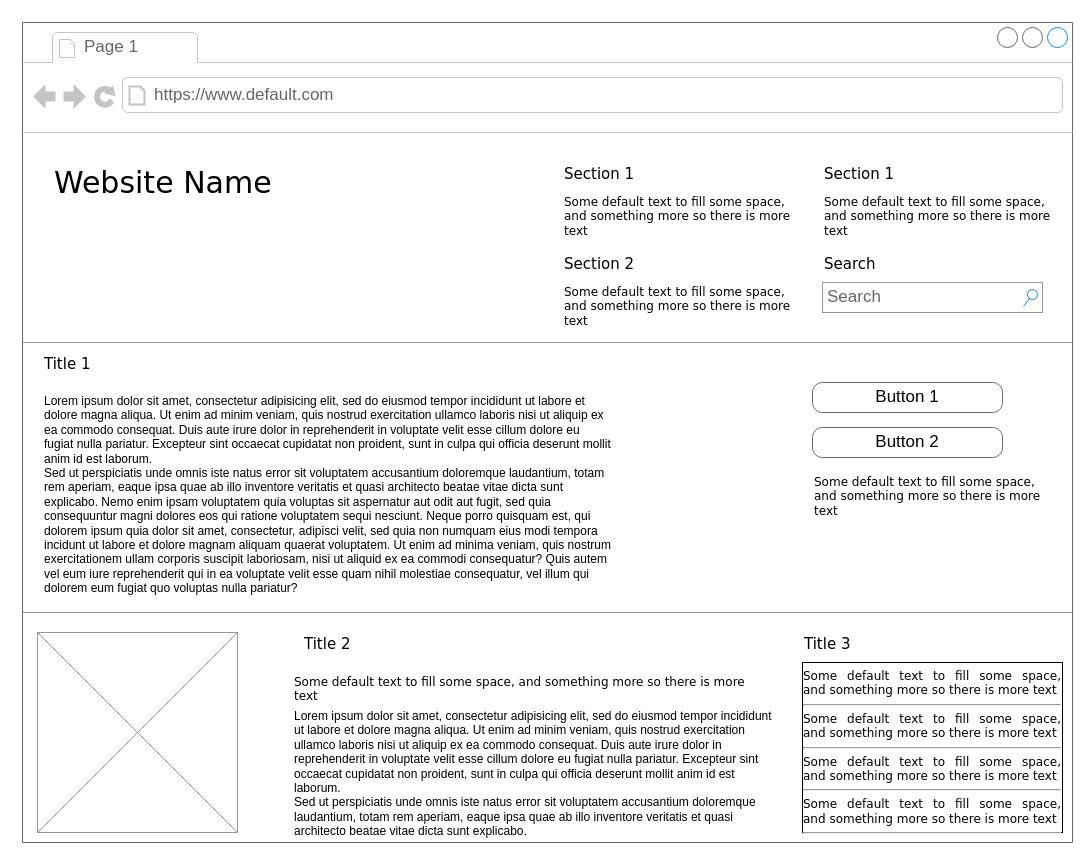
The draw.io diagram wireframing.drawio in chae1n/Juvayome-Cucina, before the edit. Source tidied: cells renumbered, new cells numbered last; positions are measured from the earlier drawing's top-left corner, leaving out a move shared by most shapes. Both pictures are drawn from the tidied source at 100%, with x=0, y=0 at pixel (22, 22).
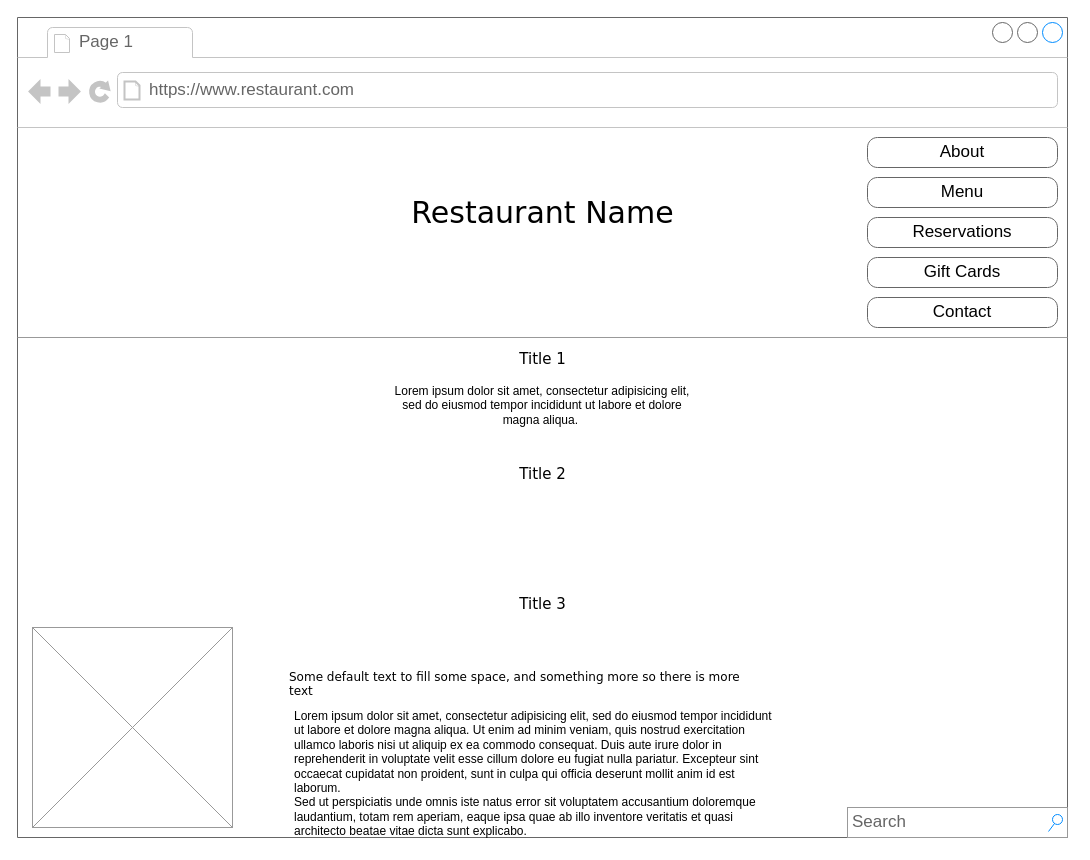
After the change.

Change to the diagram source:
```diff
@@
     <mxCell id="2" style="strokeWidth=1;shadow=0;dashed=0;align=center;html=1;shape=mxgraph.mockup.containers.browserWindow;rSize=0;strokeColor=#666666;mainText=,;rounded=0;labelBackgroundColor=none;fontFamily=Verdana;fontSize=12;" parent="1" vertex="1">
-      <mxGeometry width="1050" height="820" as="geometry" />
+      <mxGeometry x="-5" y="-5" width="1050" height="820" as="geometry" />
     </mxCell>
@@
-    <mxCell id="4" value="https://www.default.com" style="strokeWidth=1;shadow=0;dashed=0;align=center;html=1;shape=mxgraph.mockup.containers.anchor;rSize=0;fontSize=17;fontColor=#666666;align=left;" parent="2" vertex="1">
+    <mxCell id="4" value="https://www.restaurant.com" style="strokeWidth=1;shadow=0;dashed=0;align=center;html=1;shape=mxgraph.mockup.containers.anchor;rSize=0;fontSize=17;fontColor=#666666;align=left;" parent="2" vertex="1">
       <mxGeometry x="130" y="60" width="250" height="26" as="geometry" />
     </mxCell>
-    <mxCell id="5" value="Website Name" style="text;html=1;align=left;verticalAlign=top;spacingTop=-4;fontSize=30;fontFamily=Verdana;" parent="2" vertex="1">
-      <mxGeometry x="30" y="140" width="340" height="50" as="geometry" />
+    <mxCell id="5" value="Restaurant Name" style="text;html=1;align=center;verticalAlign=top;spacingTop=-4;fontSize=30;fontFamily=Verdana;" parent="2" vertex="1">
+      <mxGeometry x="355" y="175" width="340" height="50" as="geometry" />
     </mxCell>
-    <mxCell id="6" value="Section 1" style="text;html=1;align=left;verticalAlign=top;spacingTop=-4;fontSize=15;fontFamily=Verdana;" parent="2" vertex="1">
-      <mxGeometry x="540" y="140" width="170" height="30" as="geometry" />
-    </mxCell>
-    <mxCell id="7" value="Some default text to fill some space, and&amp;nbsp;&lt;span&gt;something more so there is more text&lt;/span&gt;" style="text;html=1;align=left;verticalAlign=top;spacingTop=-4;fontSize=12;fontFamily=Verdana;whiteSpace=wrap;" parent="2" vertex="1">
-      <mxGeometry x="540" y="170" width="240" height="40" as="geometry" />
-    </mxCell>
-    <mxCell id="8" value="Section 2" style="text;html=1;align=left;verticalAlign=top;spacingTop=-4;fontSize=15;fontFamily=Verdana;" parent="2" vertex="1">
-      <mxGeometry x="540" y="230" width="170" height="30" as="geometry" />
-    </mxCell>
-    <mxCell id="9" value="Some default text to fill some space, and&amp;nbsp;&lt;span&gt;something more so there is more text&lt;/span&gt;" style="text;html=1;align=left;verticalAlign=top;spacingTop=-4;fontSize=12;fontFamily=Verdana;whiteSpace=wrap;" parent="2" vertex="1">
-      <mxGeometry x="540" y="260" width="240" height="40" as="geometry" />
-    </mxCell>
-    <mxCell id="10" value="Section 1" style="text;html=1;align=left;verticalAlign=top;spacingTop=-4;fontSize=15;fontFamily=Verdana;" parent="2" vertex="1">
-      <mxGeometry x="800" y="140" width="170" height="30" as="geometry" />
-    </mxCell>
-    <mxCell id="11" value="Some default text to fill some space, and&amp;nbsp;&lt;span&gt;something more so there is more text&lt;/span&gt;" style="text;html=1;align=left;verticalAlign=top;spacingTop=-4;fontSize=12;fontFamily=Verdana;whiteSpace=wrap;" parent="2" vertex="1">
-      <mxGeometry x="800" y="170" width="240" height="40" as="geometry" />
-    </mxCell>
-    <mxCell id="12" value="Search" style="text;html=1;align=left;verticalAlign=top;spacingTop=-4;fontSize=15;fontFamily=Verdana;" parent="2" vertex="1">
-      <mxGeometry x="800" y="230" width="170" height="30" as="geometry" />
-    </mxCell>
     <mxCell id="13" value="Search" style="strokeWidth=1;shadow=0;dashed=0;align=center;html=1;shape=mxgraph.mockup.forms.searchBox;strokeColor=#999999;mainText=;strokeColor2=#008cff;fontColor=#666666;fontSize=17;align=left;spacingLeft=3;rounded=0;labelBackgroundColor=none;" parent="2" vertex="1">
-      <mxGeometry x="800" y="260" width="220" height="30" as="geometry" />
+      <mxGeometry x="830" y="790" width="220" height="30" as="geometry" />
     </mxCell>
@@
-    <mxCell id="15" value="Title 1" style="text;html=1;align=left;verticalAlign=top;spacingTop=-4;fontSize=15;fontFamily=Verdana;" parent="2" vertex="1">
-      <mxGeometry x="20" y="330" width="170" height="30" as="geometry" />
+    <mxCell id="15" value="Title 1" style="text;html=1;align=center;verticalAlign=top;spacingTop=-4;fontSize=15;fontFamily=Verdana;" parent="2" vertex="1">
+      <mxGeometry x="440" y="330" width="170" height="30" as="geometry" />
     </mxCell>
-    <mxCell id="16" value="Lorem ipsum dolor sit amet, consectetur adipisicing elit, sed do eiusmod tempor incididunt ut labore et dolore magna aliqua. Ut enim ad minim veniam, quis nostrud exercitation ullamco laboris nisi ut aliquip ex ea commodo consequat. Duis aute irure dolor in reprehenderit in voluptate velit esse cillum dolore eu fugiat nulla pariatur. Excepteur sint occaecat cupidatat non proident, sunt in culpa qui officia deserunt mollit anim id est laborum.&#10;Sed ut perspiciatis unde omnis iste natus error sit voluptatem accusantium doloremque laudantium, totam rem aperiam, eaque ipsa quae ab illo inventore veritatis et quasi architecto beatae vitae dicta sunt explicabo. Nemo enim ipsam voluptatem quia voluptas sit aspernatur aut odit aut fugit, sed quia consequuntur magni dolores eos qui ratione voluptatem sequi nesciunt. Neque porro quisquam est, qui dolorem ipsum quia dolor sit amet, consectetur, adipisci velit, sed quia non numquam eius modi tempora incidunt ut labore et dolore magnam aliquam quaerat voluptatem. Ut enim ad minima veniam, quis nostrum exercitationem ullam corporis suscipit laboriosam, nisi ut aliquid ex ea commodi consequatur? Quis autem vel eum iure reprehenderit qui in ea voluptate velit esse quam nihil molestiae consequatur, vel illum qui dolorem eum fugiat quo voluptas nulla pariatur?" style="text;spacingTop=-5;whiteSpace=wrap;html=1;align=left;fontSize=12;fontFamily=Helvetica;fillColor=none;strokeColor=none;rounded=0;shadow=1;labelBackgroundColor=none;" parent="2" vertex="1">
-      <mxGeometry x="20" y="370" width="570" height="240" as="geometry" />
+    <mxCell id="16" value="Lorem ipsum dolor sit amet, consectetur adipisicing elit, sed do eiusmod tempor incididunt ut labore et dolore magna aliqua.&amp;nbsp;" style="text;spacingTop=-5;whiteSpace=wrap;html=1;align=center;fontSize=12;fontFamily=Helvetica;fillColor=none;strokeColor=none;rounded=0;shadow=1;labelBackgroundColor=none;" parent="2" vertex="1">
+      <mxGeometry x="370" y="365" width="310" height="120" as="geometry" />
     </mxCell>
-    <mxCell id="17" value="Button 1" style="strokeWidth=1;shadow=0;dashed=0;align=center;html=1;shape=mxgraph.mockup.buttons.button;strokeColor=#666666;mainText=;buttonStyle=round;fontSize=17;fontStyle=0;fillColor=none;whiteSpace=wrap;rounded=0;labelBackgroundColor=none;" parent="2" vertex="1">
-      <mxGeometry x="790" y="360" width="190" height="30" as="geometry" />
+    <mxCell id="17" value="About" style="strokeWidth=1;shadow=0;dashed=0;align=center;html=1;shape=mxgraph.mockup.buttons.button;strokeColor=#666666;mainText=;buttonStyle=round;fontSize=17;fontStyle=0;fillColor=none;whiteSpace=wrap;rounded=0;labelBackgroundColor=none;" parent="2" vertex="1">
+      <mxGeometry x="850" y="120" width="190" height="30" as="geometry" />
     </mxCell>
-    <mxCell id="18" value="Button 2" style="strokeWidth=1;shadow=0;dashed=0;align=center;html=1;shape=mxgraph.mockup.buttons.button;strokeColor=#666666;mainText=;buttonStyle=round;fontSize=17;fontStyle=0;fillColor=none;whiteSpace=wrap;rounded=0;labelBackgroundColor=none;" parent="2" vertex="1">
-      <mxGeometry x="790" y="405" width="190" height="30" as="geometry" />
+    <mxCell id="18" value="Menu" style="strokeWidth=1;shadow=0;dashed=0;align=center;html=1;shape=mxgraph.mockup.buttons.button;strokeColor=#666666;mainText=;buttonStyle=round;fontSize=17;fontStyle=0;fillColor=none;whiteSpace=wrap;rounded=0;labelBackgroundColor=none;" parent="2" vertex="1">
+      <mxGeometry x="850" y="160" width="190" height="30" as="geometry" />
     </mxCell>
-    <mxCell id="19" value="Some default text to fill some space, and&amp;nbsp;&lt;span&gt;something more so there is more text&lt;/span&gt;" style="text;html=1;align=left;verticalAlign=top;spacingTop=-4;fontSize=12;fontFamily=Verdana;whiteSpace=wrap;" parent="2" vertex="1">
-      <mxGeometry x="790" y="450" width="240" height="40" as="geometry" />
-    </mxCell>
-    <mxCell id="20" style="verticalLabelPosition=bottom;shadow=0;dashed=0;align=center;html=1;verticalAlign=top;strokeWidth=1;shape=mxgraph.mockup.markup.line;strokeColor=#999999;rounded=0;labelBackgroundColor=none;fillColor=#ffffff;fontFamily=Verdana;fontSize=12;fontColor=#000000;" parent="2" vertex="1">
-      <mxGeometry y="580" width="1050" height="20" as="geometry" />
-    </mxCell>
@@
-    <mxCell id="22" value="Title 2" style="text;html=1;align=left;verticalAlign=top;spacingTop=-4;fontSize=15;fontFamily=Verdana;" parent="2" vertex="1">
-      <mxGeometry x="280" y="610" width="170" height="30" as="geometry" />
+    <mxCell id="22" value="Title 2" style="text;html=1;align=center;verticalAlign=top;spacingTop=-4;fontSize=15;fontFamily=Verdana;" parent="2" vertex="1">
+      <mxGeometry x="440" y="445" width="170" height="30" as="geometry" />
     </mxCell>
-    <mxCell id="23" value="Title 3" style="text;html=1;align=left;verticalAlign=top;spacingTop=-4;fontSize=15;fontFamily=Verdana;" parent="2" vertex="1">
-      <mxGeometry x="780" y="610" width="170" height="30" as="geometry" />
+    <mxCell id="23" value="Title 3" style="text;html=1;align=center;verticalAlign=top;spacingTop=-4;fontSize=15;fontFamily=Verdana;" parent="2" vertex="1">
+      <mxGeometry x="440" y="575" width="170" height="30" as="geometry" />
     </mxCell>
-    <mxCell id="24" value="&lt;div style=&quot;text-align: justify&quot;&gt;&lt;span&gt;Some default text to fill some space, and&amp;nbsp;&lt;/span&gt;&lt;span&gt;something more so there is more text&lt;/span&gt;&lt;/div&gt;&lt;div style=&quot;text-align: justify&quot;&gt;&lt;hr id=&quot;null&quot; style=&quot;text-align: justify&quot;&gt;&lt;span&gt;&lt;div style=&quot;text-align: justify&quot;&gt;&lt;span&gt;Some default text to fill some space, and&amp;nbsp;&lt;/span&gt;&lt;span&gt;something more so there is more text&lt;/span&gt;&lt;/div&gt;&lt;/span&gt;&lt;/div&gt;&lt;hr id=&quot;null&quot; style=&quot;text-align: justify&quot;&gt;&lt;span&gt;&lt;div style=&quot;text-align: justify&quot;&gt;&lt;span&gt;Some default text to fill some space, and&amp;nbsp;&lt;/span&gt;&lt;span&gt;something more so there is more text&lt;/span&gt;&lt;/div&gt;&lt;/span&gt;&lt;hr id=&quot;null&quot; style=&quot;text-align: justify&quot;&gt;&lt;span&gt;&lt;div style=&quot;text-align: justify&quot;&gt;&lt;span&gt;Some default text to fill some space, and&amp;nbsp;&lt;/span&gt;&lt;span&gt;something more so there is more text&lt;/span&gt;&lt;/div&gt;&lt;/span&gt;&lt;hr id=&quot;null&quot; style=&quot;text-align: left&quot;&gt;" style="whiteSpace=wrap;html=1;rounded=0;shadow=0;labelBackgroundColor=none;strokeWidth=1;fontFamily=Verdana;fontSize=12;align=center;verticalAlign=top;" parent="2" vertex="1">
-      <mxGeometry x="780" y="640" width="260" height="170" as="geometry" />
-    </mxCell>
@@
+    <mxCell id="27" value="Reservations" style="strokeWidth=1;shadow=0;dashed=0;align=center;html=1;shape=mxgraph.mockup.buttons.button;strokeColor=#666666;mainText=;buttonStyle=round;fontSize=17;fontStyle=0;fillColor=none;whiteSpace=wrap;rounded=0;labelBackgroundColor=none;" parent="2" vertex="1">
+      <mxGeometry x="850" y="200" width="190" height="30" as="geometry" />
+    </mxCell>
+    <mxCell id="28" value="Gift Cards" style="strokeWidth=1;shadow=0;dashed=0;align=center;html=1;shape=mxgraph.mockup.buttons.button;strokeColor=#666666;mainText=;buttonStyle=round;fontSize=17;fontStyle=0;fillColor=none;whiteSpace=wrap;rounded=0;labelBackgroundColor=none;" parent="2" vertex="1">
+      <mxGeometry x="850" y="240" width="190" height="30" as="geometry" />
+    </mxCell>
+    <mxCell id="29" value="Contact" style="strokeWidth=1;shadow=0;dashed=0;align=center;html=1;shape=mxgraph.mockup.buttons.button;strokeColor=#666666;mainText=;buttonStyle=round;fontSize=17;fontStyle=0;fillColor=none;whiteSpace=wrap;rounded=0;labelBackgroundColor=none;" parent="2" vertex="1">
+      <mxGeometry x="850" y="280" width="190" height="30" as="geometry" />
+    </mxCell>
```
